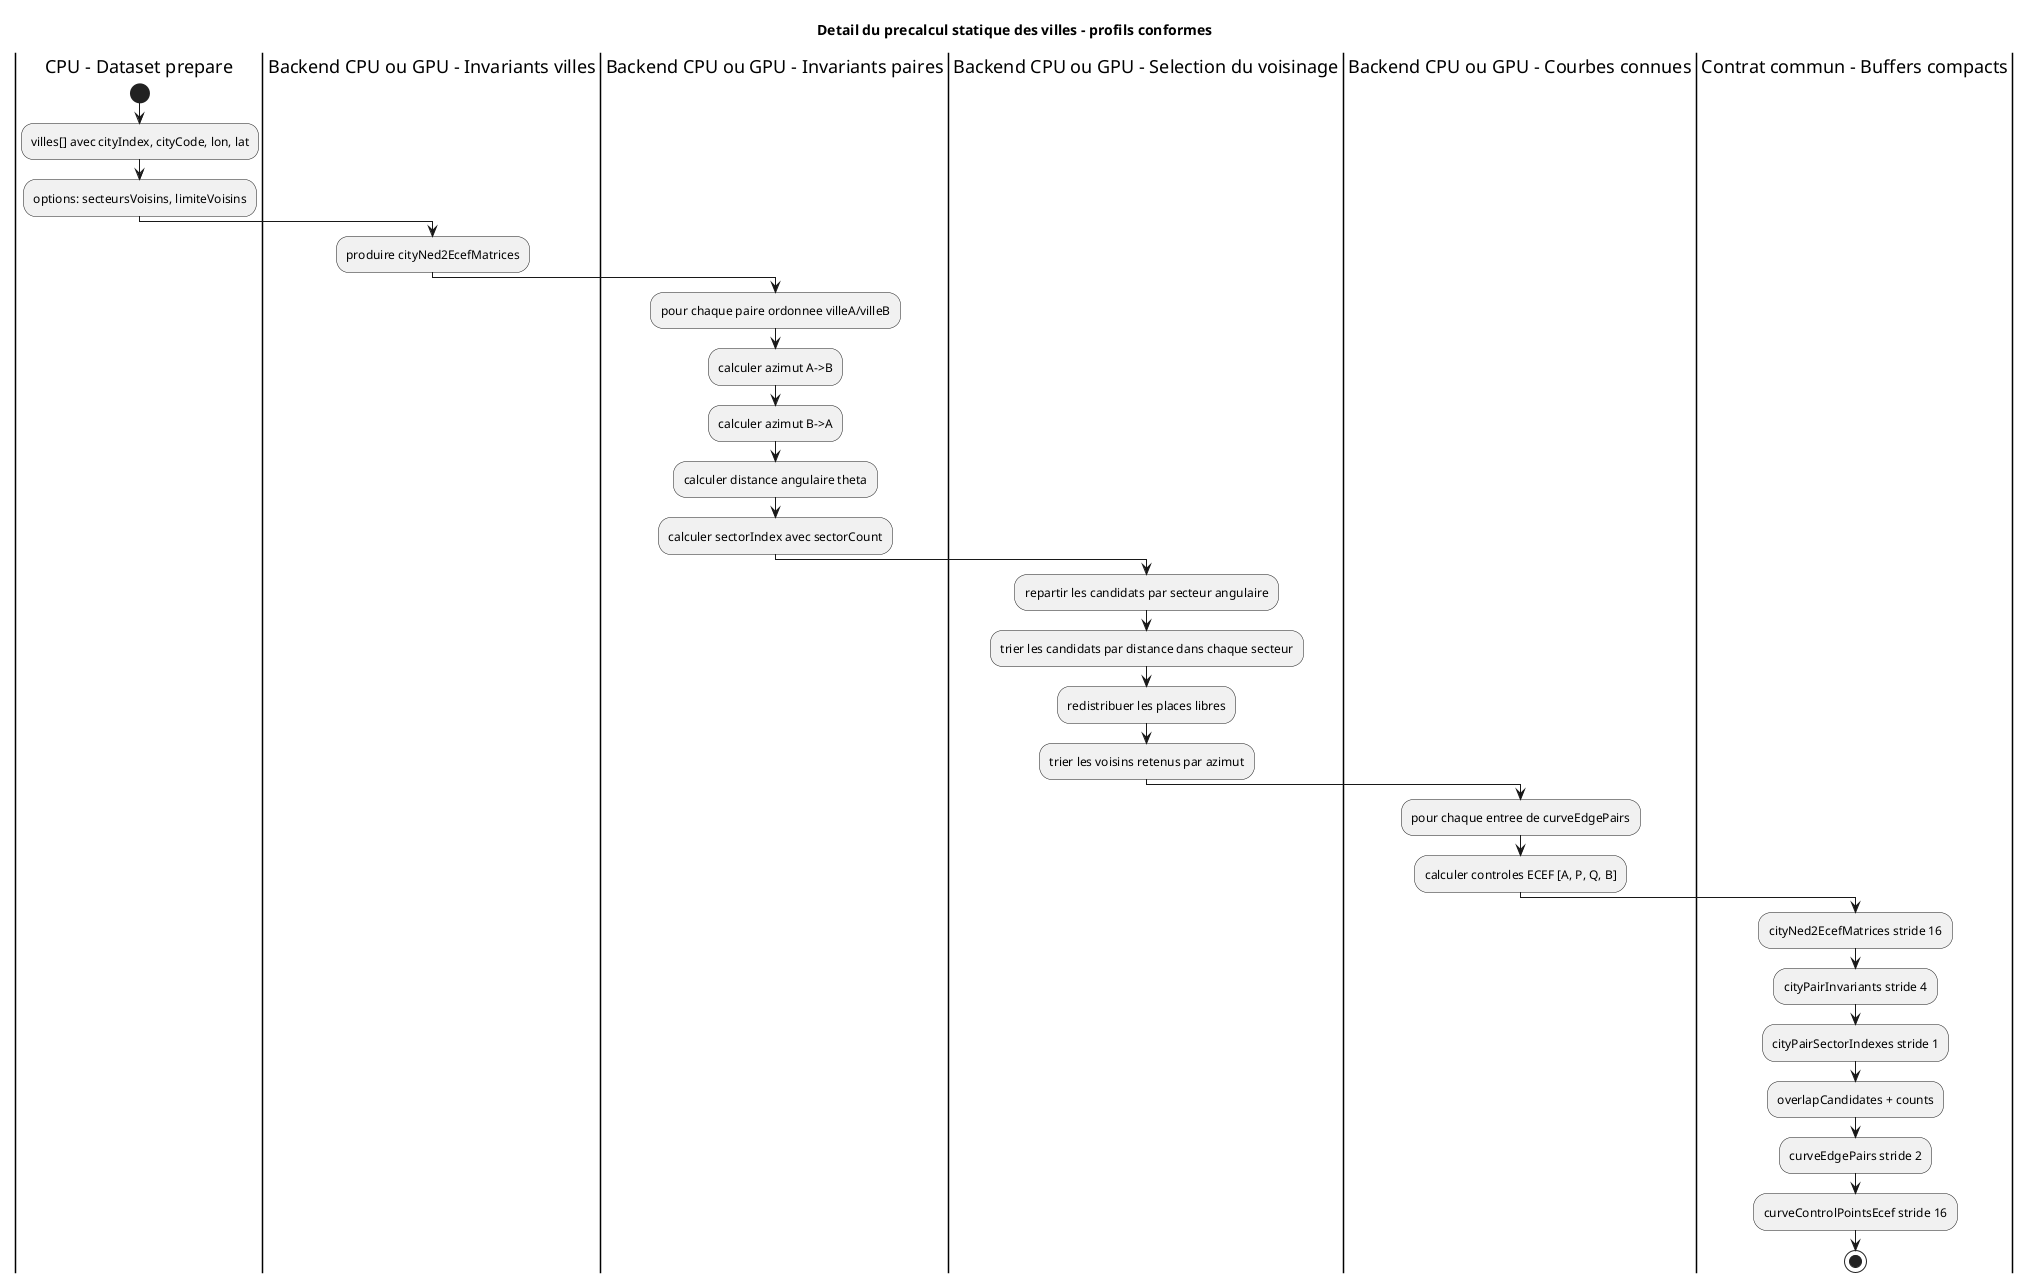
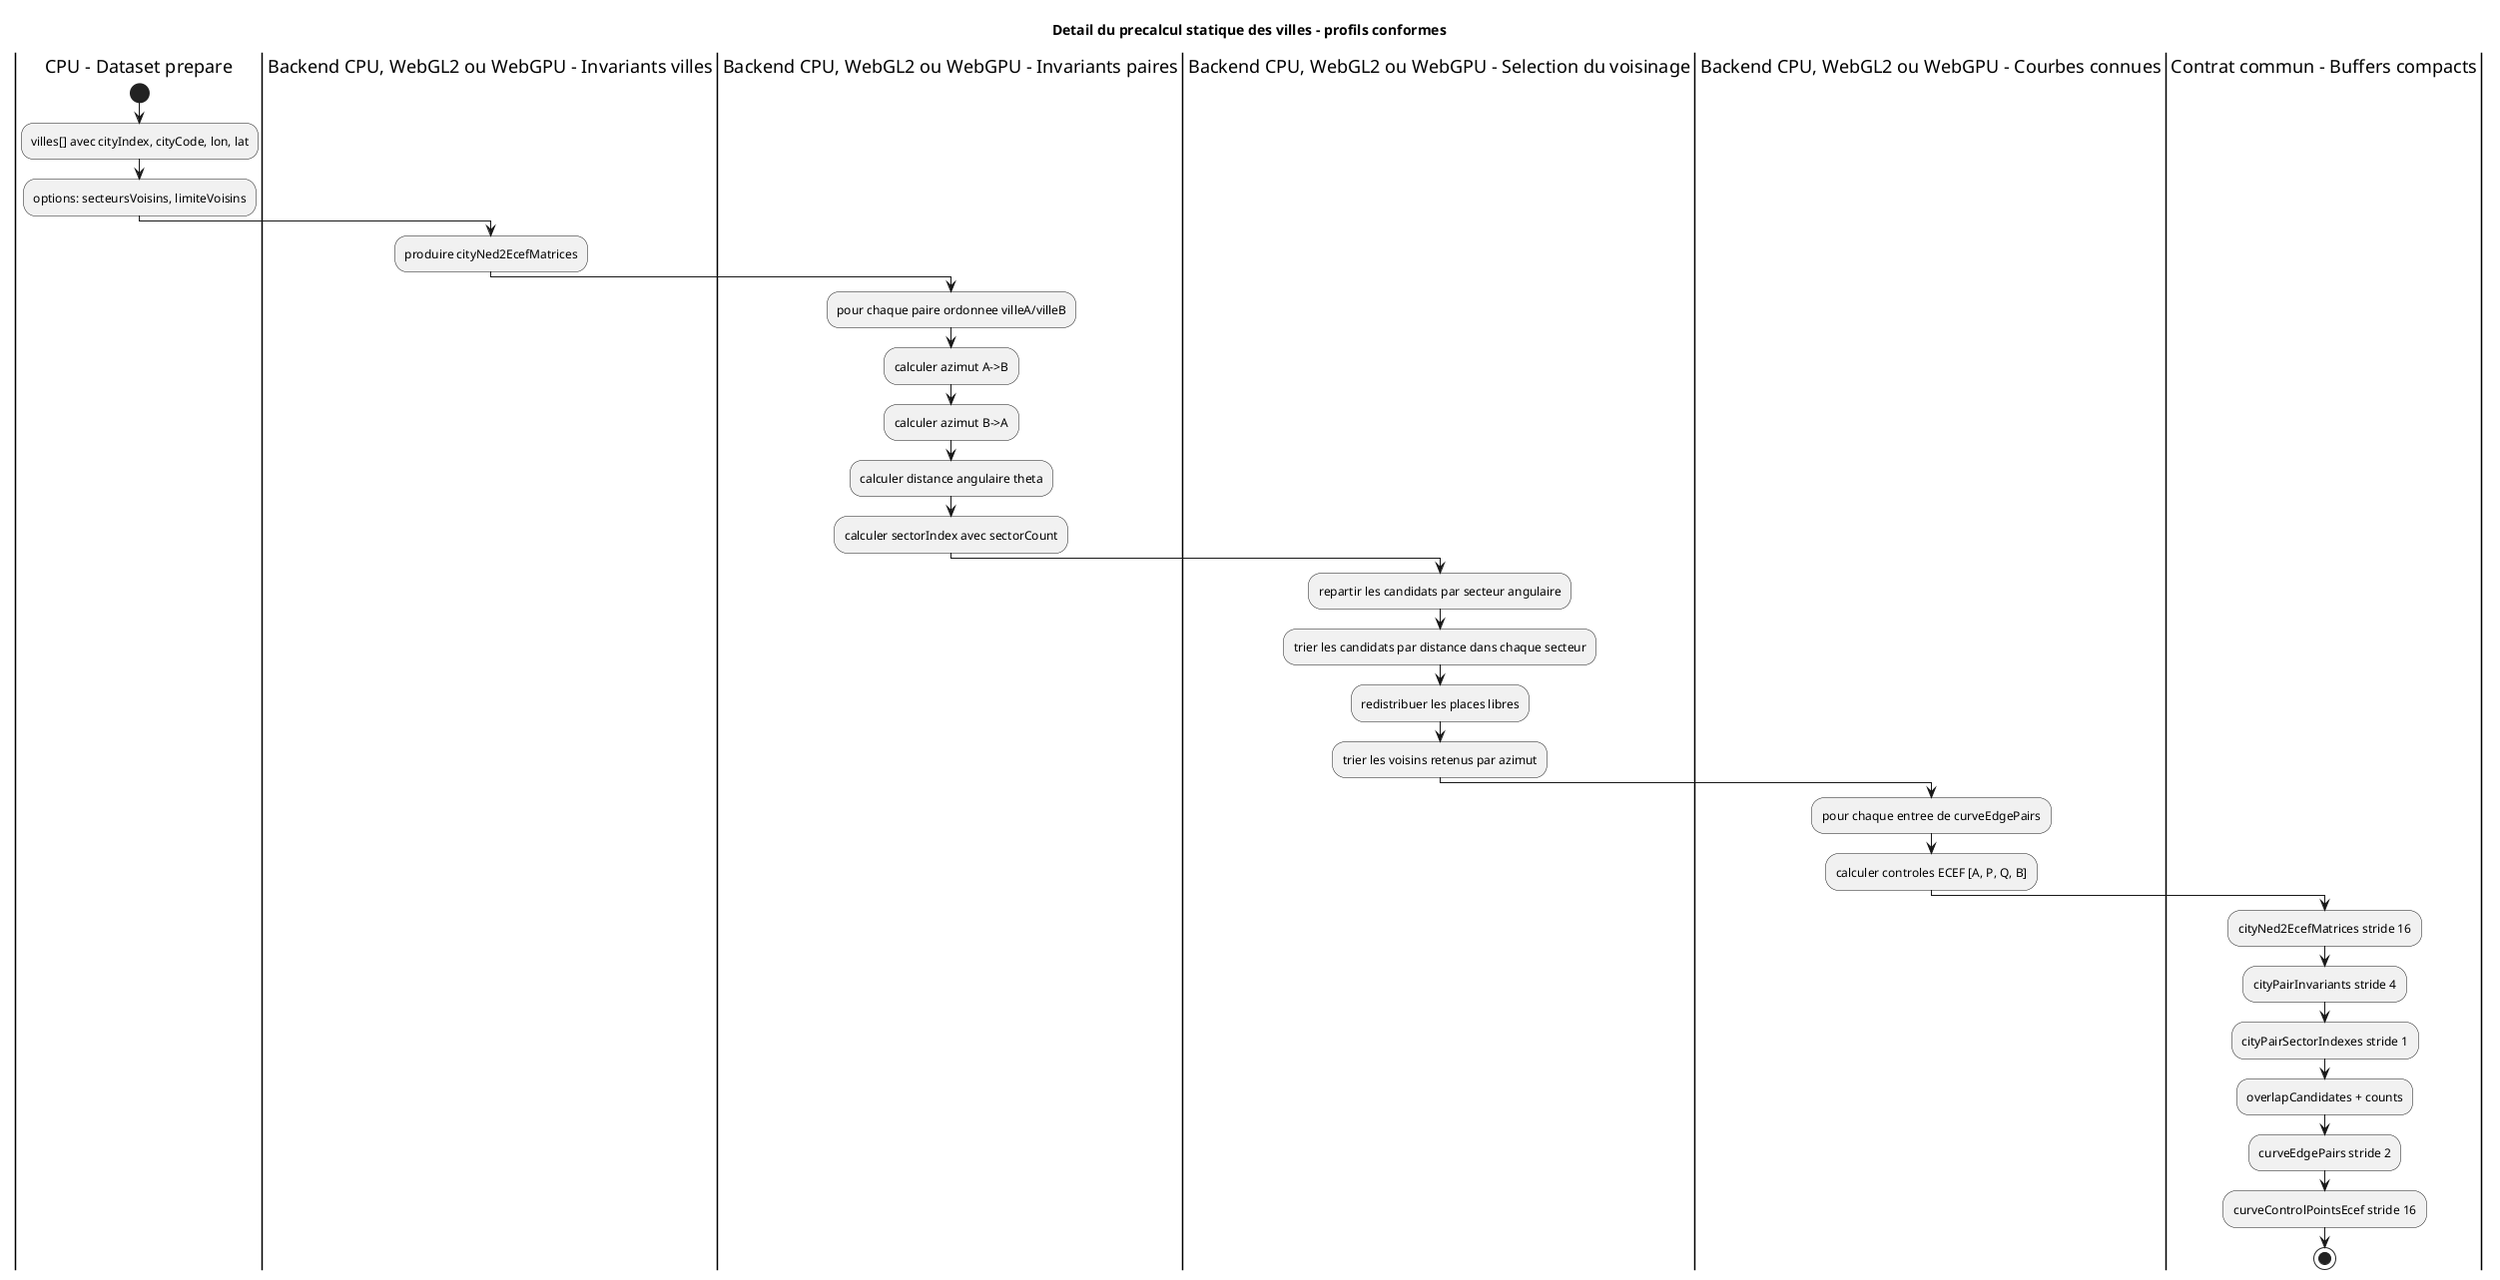
@startuml
title Detail du precalcul statique des villes - profils conformes

|CPU - Dataset prepare|
start
:villes[] avec cityIndex, cityCode, lon, lat;
:options: secteursVoisins, limiteVoisins;

- |Backend CPU ou GPU - Invariants villes|
+ |Backend CPU, WebGL2 ou WebGPU - Invariants villes|
:produire cityNed2EcefMatrices;

- |Backend CPU ou GPU - Invariants paires|
+ |Backend CPU, WebGL2 ou WebGPU - Invariants paires|
:pour chaque paire ordonnee villeA/villeB;
:calculer azimut A->B;
:calculer azimut B->A;
:calculer distance angulaire theta;
:calculer sectorIndex avec sectorCount;

- |Backend CPU ou GPU - Selection du voisinage|
+ |Backend CPU, WebGL2 ou WebGPU - Selection du voisinage|
:repartir les candidats par secteur angulaire;
:trier les candidats par distance dans chaque secteur;
:redistribuer les places libres;
:trier les voisins retenus par azimut;

- |Backend CPU ou GPU - Courbes connues|
+ |Backend CPU, WebGL2 ou WebGPU - Courbes connues|
:pour chaque entree de curveEdgePairs;
:calculer controles ECEF [A, P, Q, B];

|Contrat commun - Buffers compacts|
:cityNed2EcefMatrices stride 16;
:cityPairInvariants stride 4;
:cityPairSectorIndexes stride 1;
:overlapCandidates + counts;
:curveEdgePairs stride 2;
:curveControlPointsEcef stride 16;
stop
@enduml
